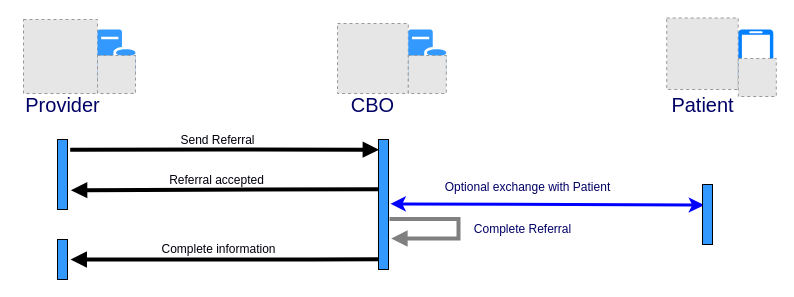
Earlier version of the draw.io diagram Images Source/DirectReferralFunctional.drawio (HL7/fhir-sdoh-clinicalcare). Source tidied: cells renumbered, new cells numbered last; positions are measured from the earlier drawing's top-left corner, leaving out a move shared by most shapes. Both pictures are drawn from the tidied source at 100%, with x=0, y=0 at pixel (17, 17). Pictures stored in the file or linked from it are replaced by grey dashed boxes.
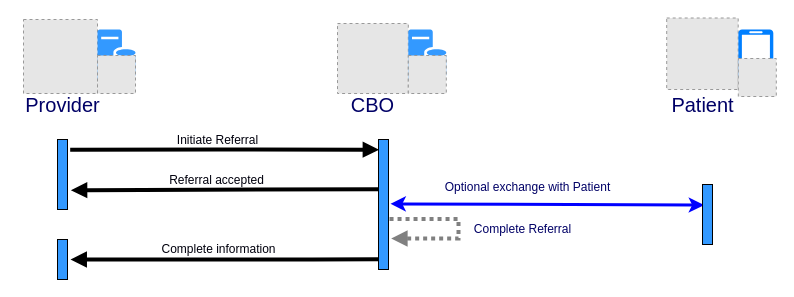
Above is the later version.

The change refers to these unchanged cells:
```xml
<mxCell id="6" style="html=1;points=[];perimeter=orthogonalPerimeter;fillColor=#3399FF;fontColor=#000066;" parent="1" vertex="1">
  <mxGeometry x="40" y="122" width="10" height="70" as="geometry" />
</mxCell>
<mxCell id="8" style="html=1;points=[];perimeter=orthogonalPerimeter;fontColor=#000066;fillColor=#3399FF;" parent="1" vertex="1">
  <mxGeometry x="361" y="122" width="10" height="130" as="geometry" />
</mxCell>
```

The edit, as a diff of the source:
```diff
@@
-    <mxCell id="2" value="&lt;span style=&quot;font-size: 12px&quot;&gt;Send Referral&lt;br style=&quot;font-size: 12px;&quot;&gt;&lt;/span&gt;" style="html=1;verticalAlign=bottom;endArrow=block;strokeColor=#000000;fontColor=#00000D;entryX=0.059;entryY=0.078;entryDx=0;entryDy=0;entryPerimeter=0;exitX=1.269;exitY=0.145;exitDx=0;exitDy=0;exitPerimeter=0;fontSize=12;strokeWidth=4;" parent="1" edge="1" source="6" target="8">
+    <mxCell id="2" value="&lt;span style=&quot;font-size: 12px&quot;&gt;Initiate Referral&lt;br style=&quot;font-size: 12px;&quot;&gt;&lt;/span&gt;" style="html=1;verticalAlign=bottom;endArrow=block;strokeColor=#000000;fontColor=#00000D;entryX=0.059;entryY=0.078;entryDx=0;entryDy=0;entryPerimeter=0;exitX=1.269;exitY=0.145;exitDx=0;exitDy=0;exitPerimeter=0;fontSize=12;strokeWidth=4;" parent="1" edge="1" source="6" target="8">
       <mxGeometry x="-0.05" relative="1" as="geometry">
         <Array as="points">
           <mxPoint x="210" y="132" />
         </Array>
       </mxGeometry>
     </mxCell>
@@
-    <mxCell id="9" style="edgeStyle=orthogonalEdgeStyle;html=1;align=left;spacingLeft=2;endArrow=block;rounded=0;strokeColor=#808080;fontColor=#000066;entryX=1.267;entryY=0.762;entryDx=0;entryDy=0;entryPerimeter=0;exitX=1.104;exitY=0.611;exitDx=0;exitDy=0;exitPerimeter=0;fontSize=12;strokeWidth=4;" parent="1" edge="1" source="8" target="8">
+    <mxCell id="9" style="edgeStyle=orthogonalEdgeStyle;html=1;align=left;spacingLeft=2;endArrow=block;rounded=0;strokeColor=#808080;fontColor=#000066;entryX=1.267;entryY=0.762;entryDx=0;entryDy=0;entryPerimeter=0;exitX=1.104;exitY=0.611;exitDx=0;exitDy=0;exitPerimeter=0;fontSize=12;strokeWidth=4;dashed=1;dashPattern=1 1;" parent="1" edge="1" source="8" target="8">
       <mxGeometry x="-0.63" y="-10" relative="1" as="geometry">
         <Array as="points">
           <mxPoint x="441" y="201" />
           <mxPoint x="441" y="221" />
         </Array>
       </mxGeometry>
     </mxCell>
```
